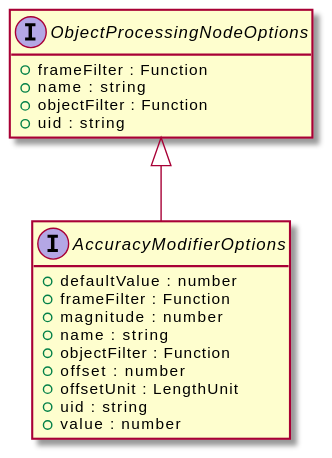
Earlier version of the PlantUML export assets/AccuracyModifierOptions-umlClassDiagram-15102.svg (OpenHPS/openhps-core).
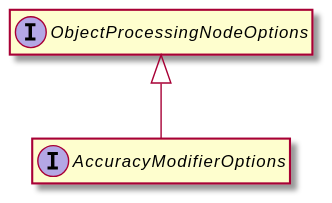
The same file after the commit.

Diff of the diagram source:
```diff
@@ -3,21 +3,8 @@
 hide empty methods
 hide empty fields
 interface "AccuracyModifierOptions" {
-    +defaultValue : number
-    +frameFilter : Function
-    +magnitude : number
-    +name : string
-    +objectFilter : Function
-    +offset : number
-    +offsetUnit : LengthUnit
-    +uid : string
-    +value : number
 }
 interface "ObjectProcessingNodeOptions" {
-    +frameFilter : Function
-    +name : string
-    +objectFilter : Function
-    +uid : string
 }
 "ObjectProcessingNodeOptions" <|-- "AccuracyModifierOptions"
 @enduml
```
